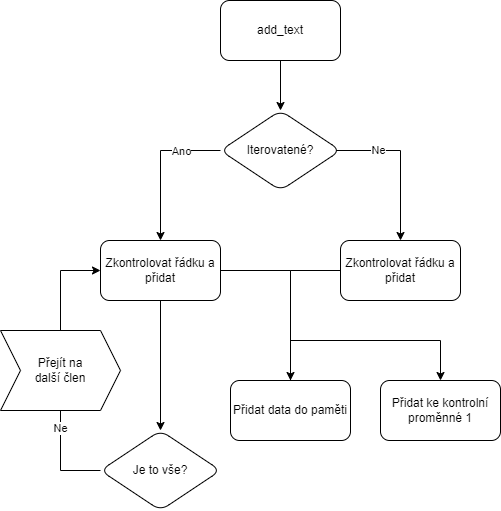
Earlier version of the draw.io export latex/pictures/logic-window.drawio.png (Kybernauti-4/DnD_YearWork). Source tidied: cells renumbered, new cells last; positions are measured from the earlier drawing's top-left corner, leaving out a move shared by most shapes.
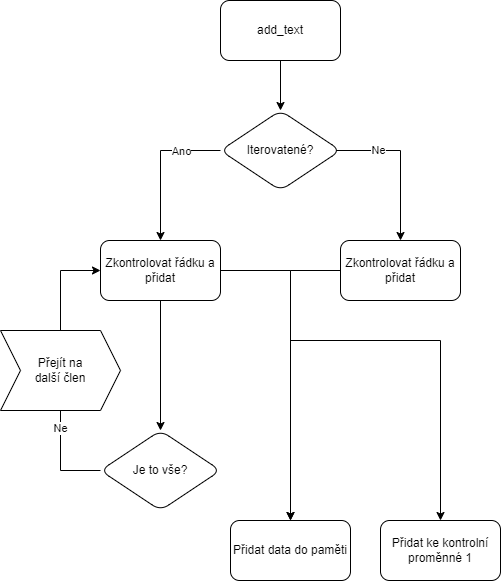
After the commit.

The edit, as a diff of the source:
```diff
@@ -11,10 +11,8 @@
     <mxCell id="4" style="edgeStyle=orthogonalEdgeStyle;rounded=0;jettySize=auto;html=1;" parent="1" edge="1" source="6" target="15">
       <mxGeometry relative="1" as="geometry" />
     </mxCell>
-    <mxCell id="5" style="edgeStyle=orthogonalEdgeStyle;rounded=0;jettySize=auto;html=1;exitX=1;exitY=0.5;exitDx=0;exitDy=0;entryX=0.5;entryY=0;entryDx=0;entryDy=0;" parent="1" edge="1" source="6">
-      <mxGeometry relative="1" as="geometry">
-        <mxPoint x="290" y="410" as="targetPoint" />
-      </mxGeometry>
+    <mxCell id="5" style="edgeStyle=orthogonalEdgeStyle;rounded=0;jettySize=auto;html=1;exitX=1;exitY=0.5;exitDx=0;exitDy=0;entryX=0.5;entryY=0;entryDx=0;entryDy=0;" parent="1" edge="1" source="6" target="19">
+      <mxGeometry relative="1" as="geometry" />
     </mxCell>
     <mxCell id="6" value="Zkontrolovat řádku a přidat" style="rounded=1;whiteSpace=wrap;html=1;" parent="1" vertex="1">
       <mxGeometry x="100" y="240" width="120" height="60" as="geometry" />
@@ -81,10 +79,10 @@
       </mxGeometry>
     </mxCell>
     <mxCell id="19" value="Přidat data do paměti" style="rounded=1;whiteSpace=wrap;html=1;" parent="1" vertex="1">
-      <mxGeometry x="230" y="380" width="120" height="60" as="geometry" />
+      <mxGeometry x="230" y="520" width="120" height="60" as="geometry" />
     </mxCell>
     <mxCell id="20" value="Přidat ke kontrolní&lt;br&gt;proměnné 1" style="rounded=1;whiteSpace=wrap;html=1;" parent="1" vertex="1">
-      <mxGeometry x="380" y="380" width="120" height="60" as="geometry" />
+      <mxGeometry x="380" y="520" width="120" height="60" as="geometry" />
     </mxCell>
   </root>
 </mxGraphModel>
```
